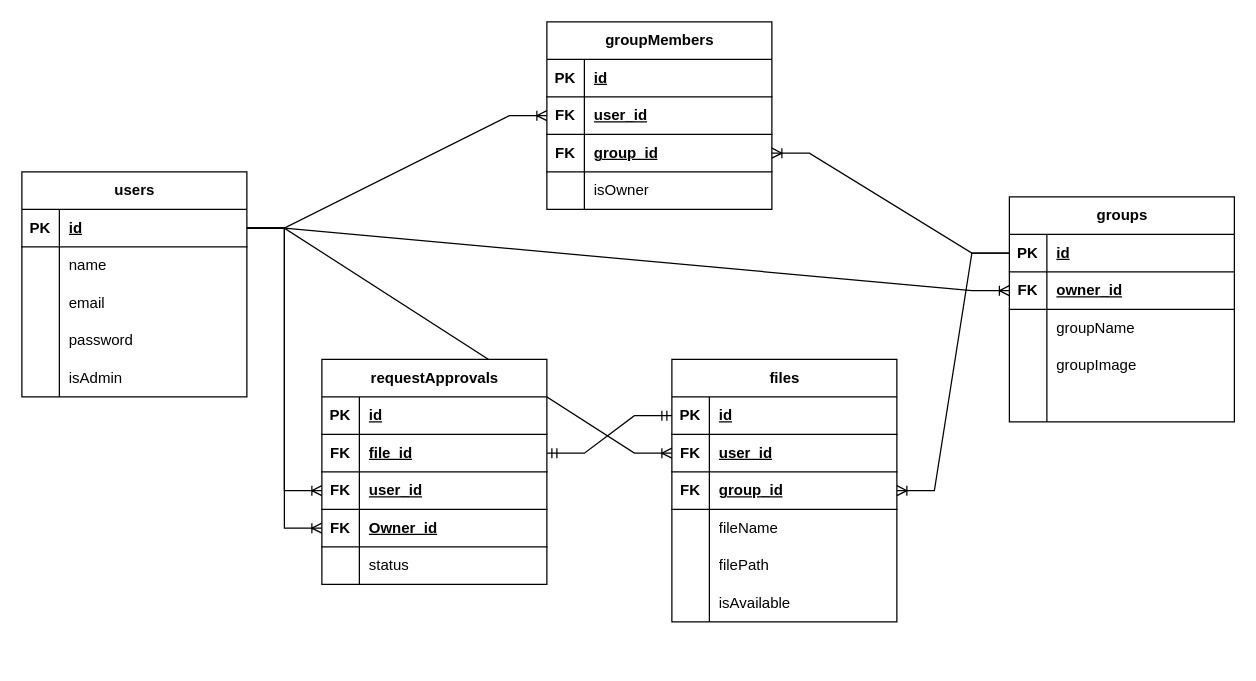
Earlier version of the draw.io diagram Untitled Diagram.drawio (mhammad5015/safe-source-management). Source tidied: cells renumbered, new cells numbered last; positions are measured from the earlier drawing's top-left corner, leaving out a move shared by most shapes. Both pictures are drawn from the tidied source at 125%, with x=0, y=0 at pixel (21, 21).
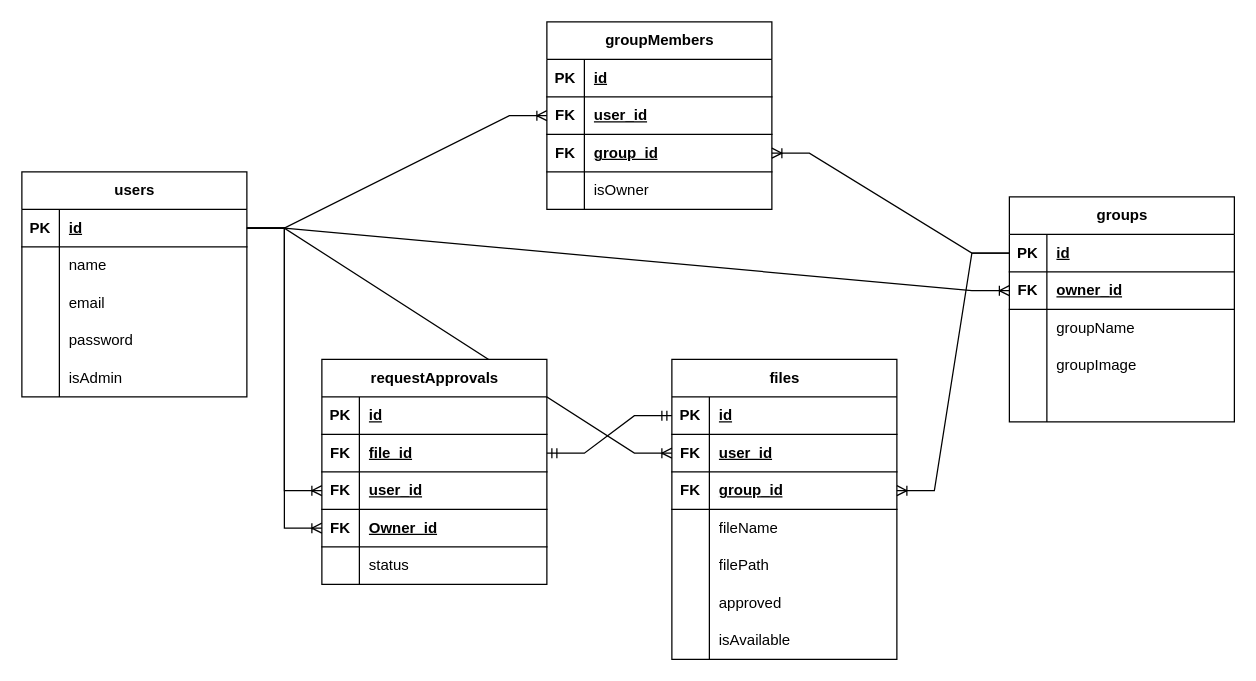
The same diagram, later.

The change refers to these unchanged cells:
```xml
<mxCell id="66" style="shape=tableRow;horizontal=0;startSize=0;swimlaneHead=0;swimlaneBody=0;fillColor=none;top=0;left=0;right=0;bottom=0;" parent="50" vertex="1">
  <mxGeometry y="180" width="180" height="30" as="geometry" />
</mxCell>
```

Change to the diagram source:
```diff
@@
     <mxCell id="50" value="files" style="shape=table;startSize=30;childLayout=tableLayout;rowLines=0;fontStyle=1;align=center;html=1;" parent="1" vertex="1">
-      <mxGeometry x="520" y="270" width="180" height="210" as="geometry" />
+      <mxGeometry x="520" y="270" width="180" height="240" as="geometry" />
     </mxCell>
@@
-    <mxCell id="68" value="isAvailable" style="shape=partialRectangle;fillColor=none;top=0;left=0;bottom=0;right=0;align=left;spacingLeft=6;overflow=hidden;whiteSpace=wrap;html=1;" parent="66" vertex="1">
+    <mxCell id="68" value="approved" style="shape=partialRectangle;fillColor=none;top=0;left=0;bottom=0;right=0;align=left;spacingLeft=6;overflow=hidden;whiteSpace=wrap;html=1;" parent="66" vertex="1">
       <mxGeometry x="30" width="150" height="30" as="geometry" />
     </mxCell>
+    <mxCell id="90" style="shape=tableRow;horizontal=0;startSize=0;swimlaneHead=0;swimlaneBody=0;fillColor=none;top=0;left=0;right=0;bottom=0;" parent="50" vertex="1">
+      <mxGeometry y="210" width="180" height="30" as="geometry" />
+    </mxCell>
+    <mxCell id="91" style="shape=partialRectangle;fillColor=none;top=0;left=0;bottom=0;right=0;overflow=hidden;whiteSpace=wrap;html=1;" parent="90" vertex="1">
+      <mxGeometry width="30" height="30" as="geometry" />
+    </mxCell>
+    <mxCell id="92" value="isAvailable" style="shape=partialRectangle;fillColor=none;top=0;left=0;bottom=0;right=0;align=left;spacingLeft=6;overflow=hidden;whiteSpace=wrap;html=1;" parent="90" vertex="1">
+      <mxGeometry x="30" width="150" height="30" as="geometry" />
+    </mxCell>
```
